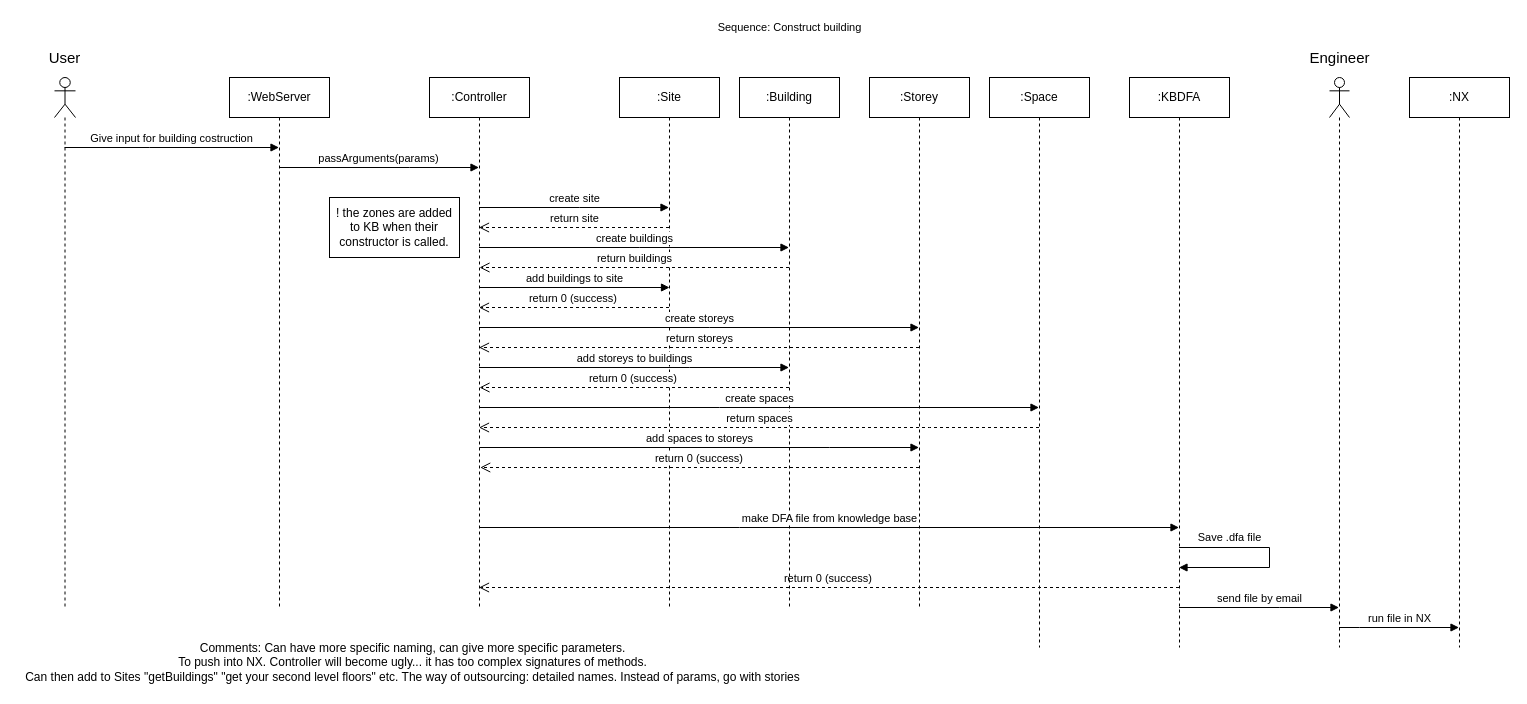
Earlier version of the draw.io diagram page "SeqConstruct" (5 of 9) of Diagrams/Diagrams.drawio (Hallvaeb/automation-p2-construction-knowledge-base). Source tidied: cells renumbered, new cells numbered last; positions are measured from the earlier drawing's top-left corner, leaving out a move shared by most shapes. Both pictures are drawn from the tidied source at 100%, with x=0, y=0 at pixel (17, 17).
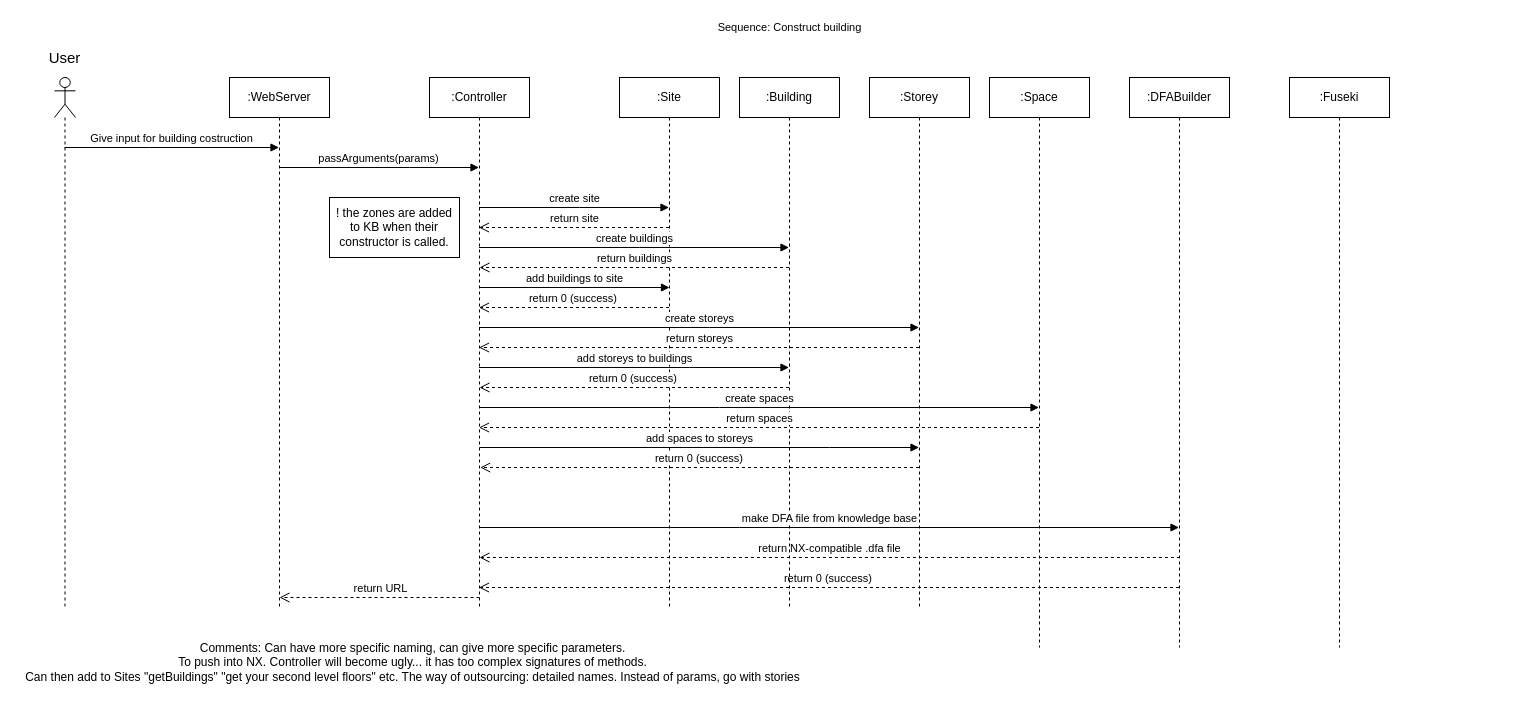
The same diagram, later.

The change refers to these unchanged cells:
```xml
<mxCell id="20" value=":Storey" style="shape=umlLifeline;perimeter=lifelinePerimeter;whiteSpace=wrap;html=1;outlineConnect=0;" parent="19" vertex="1">
  <mxGeometry x="-120" width="100" height="530" as="geometry" />
</mxCell>
```

What changed in the source:
```diff
@@
-    <mxCell id="6" value=":KBDFA" style="shape=umlLifeline;perimeter=lifelinePerimeter;whiteSpace=wrap;html=1;outlineConnect=0;" parent="1" vertex="1">
+    <mxCell id="6" value=":DFABuilder" style="shape=umlLifeline;perimeter=lifelinePerimeter;whiteSpace=wrap;html=1;outlineConnect=0;" parent="1" vertex="1">
       <mxGeometry x="1112" y="60" width="100" height="570" as="geometry" />
     </mxCell>
-    <mxCell id="7" style="html=1;verticalAlign=bottom;endArrow=block;rounded=0;edgeStyle=orthogonalEdgeStyle;startArrow=none;" parent="1" edge="1" source="6" target="6">
-      <mxGeometry relative="1" as="geometry">
-        <Array as="points">
-          <mxPoint x="1252" y="530" />
-          <mxPoint x="1252" y="550" />
-        </Array>
-      </mxGeometry>
-    </mxCell>
-    <mxCell id="8" value=":NX" style="shape=umlLifeline;perimeter=lifelinePerimeter;whiteSpace=wrap;html=1;outlineConnect=0;" parent="1" vertex="1">
-      <mxGeometry x="1392" y="60" width="100" height="570" as="geometry" />
-    </mxCell>
-    <mxCell id="9" style="shape=umlLifeline;participant=umlActor;perimeter=lifelinePerimeter;whiteSpace=wrap;html=1;verticalAlign=top;spacingTop=36;outlineConnect=0;" parent="1" vertex="1">
-      <mxGeometry x="1312" y="60" width="20" height="570" as="geometry" />
-    </mxCell>
-    <mxCell id="10" value="Engineer" style="text;html=1;align=center;verticalAlign=middle;strokeColor=none;fillColor=none;fontSize=15;" parent="1" vertex="1">
-      <mxGeometry x="1282" y="30" width="80" height="20" as="geometry" />
-    </mxCell>
@@
-    <mxCell id="14" value="run file in NX" style="html=1;verticalAlign=bottom;endArrow=block;rounded=0;edgeStyle=orthogonalEdgeStyle;" parent="1" edge="1" source="9" target="8">
-      <mxGeometry relative="1" as="geometry">
-        <Array as="points">
-          <mxPoint x="1342" y="610" />
-          <mxPoint x="1342" y="610" />
-        </Array>
-      </mxGeometry>
-    </mxCell>
@@
-    <mxCell id="16" value="send file by email" style="html=1;verticalAlign=bottom;endArrow=block;rounded=0;edgeStyle=orthogonalEdgeStyle;" parent="1" edge="1" source="6" target="9">
-      <mxGeometry relative="1" as="geometry">
-        <Array as="points">
-          <mxPoint x="1262" y="590" />
-          <mxPoint x="1262" y="590" />
-        </Array>
-      </mxGeometry>
-    </mxCell>
@@
+    <mxCell id="39" value="return NX-compatible .dfa file" style="html=1;verticalAlign=bottom;endArrow=open;dashed=1;endSize=8;rounded=0;" parent="20" edge="1">
+      <mxGeometry relative="1" as="geometry">
+        <mxPoint x="310.4" y="480" as="sourcePoint" />
+        <mxPoint x="-390" y="480" as="targetPoint" />
+        <Array as="points">
+          <mxPoint x="230.9" y="480" />
+        </Array>
+      </mxGeometry>
+    </mxCell>
@@
-    <mxCell id="36" value="&lt;font style=&quot;font-size: 11px&quot;&gt;Save .dfa file&lt;/font&gt;" style="text;html=1;align=center;verticalAlign=middle;strokeColor=none;fillColor=none;" parent="1" vertex="1">
-      <mxGeometry x="1172" y="510" width="80" height="20" as="geometry" />
-    </mxCell>
@@
+    <mxCell id="40" value="return URL" style="html=1;verticalAlign=bottom;endArrow=open;dashed=1;endSize=8;rounded=0;" parent="1" edge="1">
+      <mxGeometry x="-0.01" relative="1" as="geometry">
+        <mxPoint x="462" y="580" as="sourcePoint" />
+        <mxPoint x="262" y="580" as="targetPoint" />
+        <Array as="points">
+          <mxPoint x="362.9" y="580" />
+          <mxPoint x="312.9" y="580" />
+        </Array>
+      </mxGeometry>
+    </mxCell>
+    <mxCell id="41" value=":Fuseki" style="shape=umlLifeline;perimeter=lifelinePerimeter;whiteSpace=wrap;html=1;" parent="1" vertex="1">
+      <mxGeometry x="1272" y="60" width="100" height="570" as="geometry" />
+    </mxCell>
```
